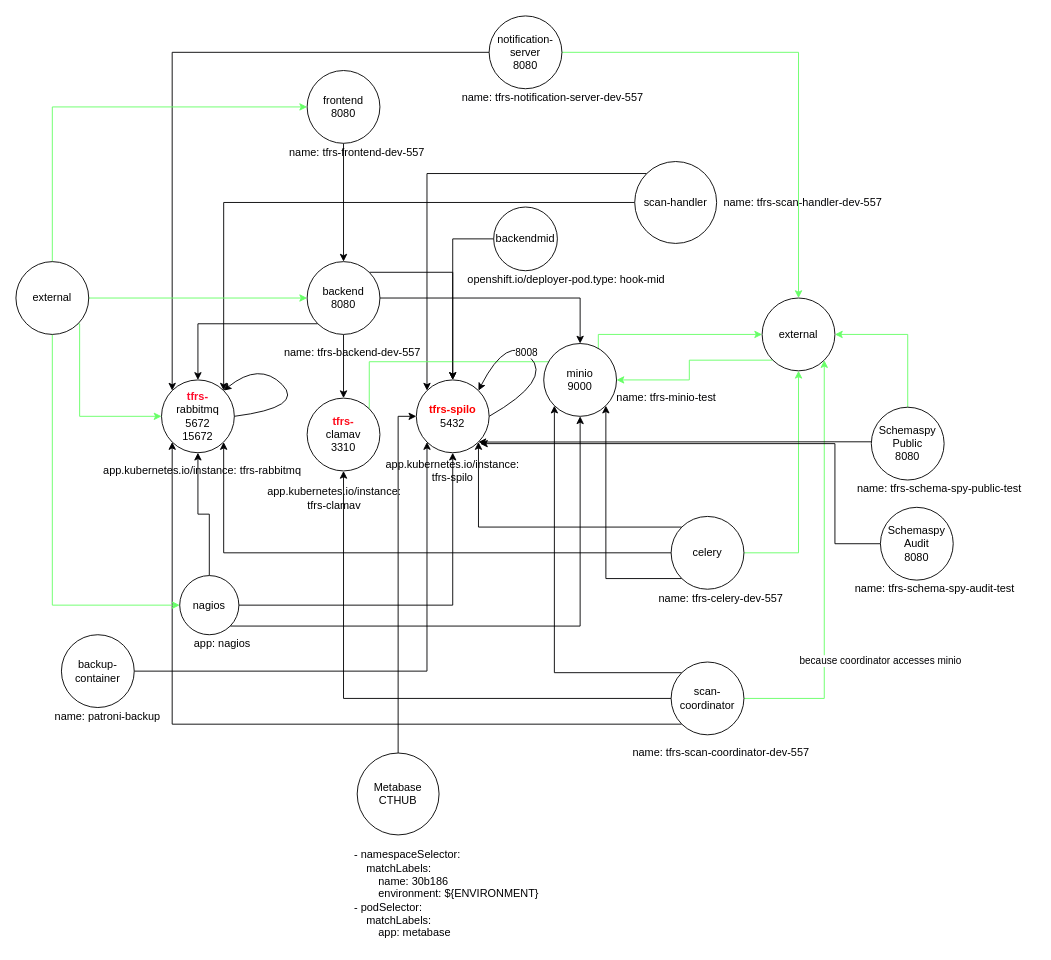
The draw.io diagram openshift-v4/templates/knp/knp-diagram-2.0.0.drawio in bcgov/tfrs, before the edit. Source tidied: cells renumbered, new cells numbered last; positions are measured from the earlier drawing's top-left corner, leaving out a move shared by most shapes. Both pictures are drawn from the tidied source at 91%, with x=0, y=0 at pixel (15, 15).
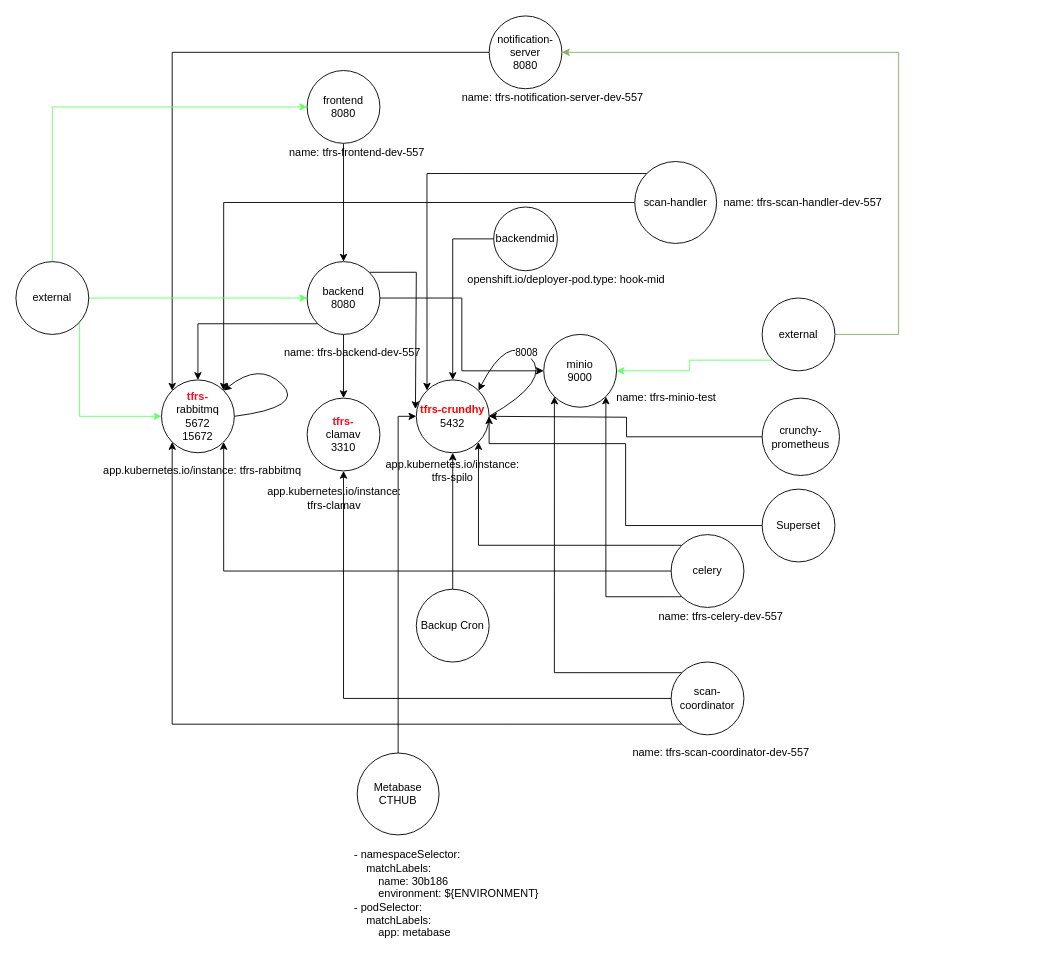
Above is the later version.

Unchanged cells that the change refers to:
```xml
<mxCell id="8" value="backend&lt;br&gt;8080" style="ellipse;whiteSpace=wrap;html=1;" parent="1" vertex="1">
  <mxGeometry x="320" y="270" width="80" height="80" as="geometry" />
</mxCell>
<mxCell id="11" value="notification-server&lt;br&gt;8080" style="ellipse;whiteSpace=wrap;html=1;" parent="1" vertex="1">
  <mxGeometry x="520" width="80" height="80" as="geometry" />
</mxCell>
<mxCell id="21" value="scan-coordinator" style="ellipse;whiteSpace=wrap;html=1;" parent="1" vertex="1">
  <mxGeometry x="720" y="710" width="80" height="80" as="geometry" />
</mxCell>
<mxCell id="26" value="&lt;font color=&quot;#ff0d2d&quot;&gt;&lt;b&gt;tfrs-&lt;/b&gt;&lt;/font&gt;&lt;br&gt;rabbitmq&lt;br&gt;5672&lt;br&gt;15672" style="ellipse;whiteSpace=wrap;html=1;" parent="1" vertex="1">
  <mxGeometry x="160" y="400" width="80" height="80" as="geometry" />
</mxCell>
<mxCell id="34" value="&lt;b&gt;&lt;font color=&quot;#ff0d1d&quot;&gt;tfrs-&lt;/font&gt;&lt;/b&gt;&lt;br&gt;clamav&lt;br&gt;3310" style="ellipse;whiteSpace=wrap;html=1;" parent="1" vertex="1">
  <mxGeometry x="320" y="420" width="80" height="80" as="geometry" />
</mxCell>
<mxCell id="40" value="external" style="ellipse;whiteSpace=wrap;html=1;" parent="1" vertex="1">
  <mxGeometry y="270" width="80" height="80" as="geometry" />
</mxCell>
<mxCell id="42" value="external" style="ellipse;whiteSpace=wrap;html=1;" parent="1" vertex="1">
  <mxGeometry x="820" y="310" width="80" height="80" as="geometry" />
</mxCell>
```

Diff of the diagram source:
```diff
@@
-    <mxCell id="7" style="edgeStyle=orthogonalEdgeStyle;rounded=0;jettySize=auto;html=1;exitX=1;exitY=0;exitDx=0;exitDy=0;strokeColor=#010103;" parent="1" edge="1" source="8" target="25">
-      <mxGeometry relative="1" as="geometry" />
+    <mxCell id="7" style="edgeStyle=orthogonalEdgeStyle;rounded=0;jettySize=auto;html=1;exitX=1;exitY=0;exitDx=0;exitDy=0;strokeColor=#010103;entryX=-0.012;entryY=0.4;entryDx=0;entryDy=0;entryPerimeter=0;" parent="1" edge="1" source="8" target="25">
+      <mxGeometry relative="1" as="geometry">
+        <Array as="points">
+          <mxPoint x="440" y="282" />
+        </Array>
+      </mxGeometry>
     </mxCell>
@@
-    <mxCell id="10" style="edgeStyle=orthogonalEdgeStyle;rounded=0;jettySize=auto;html=1;strokeColor=#66FF66;" parent="1" edge="1" source="11" target="42">
-      <mxGeometry relative="1" as="geometry" />
-    </mxCell>
@@
-    <mxCell id="15" style="edgeStyle=orthogonalEdgeStyle;rounded=0;jettySize=auto;html=1;entryX=0.5;entryY=1;entryDx=0;entryDy=0;strokeColor=#66FF66;" parent="1" edge="1" source="16" target="42">
-      <mxGeometry relative="1" as="geometry" />
-    </mxCell>
     <mxCell id="16" value="celery" style="ellipse;whiteSpace=wrap;html=1;" parent="1" vertex="1">
-      <mxGeometry x="720" y="550" width="80" height="80" as="geometry" />
+      <mxGeometry x="720" y="570" width="80" height="80" as="geometry" />
     </mxCell>
@@
-    <mxCell id="20" value="because coordinator accesses minio" style="edgeStyle=orthogonalEdgeStyle;rounded=0;jettySize=auto;html=1;entryX=1;entryY=1;entryDx=0;entryDy=0;fontColor=#010103;strokeColor=#66FF66;" parent="1" edge="1" source="21" target="42">
-      <mxGeometry x="-0.44" y="-62" relative="1" as="geometry" />
-    </mxCell>
@@
-    <mxCell id="25" value="&lt;font color=&quot;#ff0000&quot;&gt;&lt;b&gt;tfrs-spilo&lt;/b&gt;&lt;/font&gt;&lt;br&gt;5432&lt;br&gt;" style="ellipse;whiteSpace=wrap;html=1;" parent="1" vertex="1">
+    <mxCell id="25" value="&lt;font color=&quot;#ff0000&quot;&gt;&lt;b&gt;tfrs-crundhy&lt;br&gt;&lt;/b&gt;&lt;/font&gt;5432" style="ellipse;whiteSpace=wrap;html=1;" parent="1" vertex="1">
       <mxGeometry x="440" y="400" width="80" height="80" as="geometry" />
     </mxCell>
@@
-    <mxCell id="27" style="edgeStyle=orthogonalEdgeStyle;rounded=0;jettySize=auto;html=1;entryX=0;entryY=1;entryDx=0;entryDy=0;strokeColor=#010103;" parent="1" edge="1" source="28" target="25">
-      <mxGeometry relative="1" as="geometry" />
-    </mxCell>
-    <mxCell id="28" value="backup-container" style="ellipse;whiteSpace=wrap;html=1;" parent="1" vertex="1">
-      <mxGeometry x="50" y="680" width="80" height="80" as="geometry" />
-    </mxCell>
-    <mxCell id="29" style="edgeStyle=orthogonalEdgeStyle;rounded=0;jettySize=auto;html=1;entryX=0.5;entryY=1;entryDx=0;entryDy=0;strokeColor=#010103;" parent="1" edge="1" source="32" target="26">
-      <mxGeometry relative="1" as="geometry" />
-    </mxCell>
-    <mxCell id="30" style="edgeStyle=orthogonalEdgeStyle;rounded=0;jettySize=auto;html=1;entryX=0.5;entryY=1;entryDx=0;entryDy=0;exitX=1;exitY=1;exitDx=0;exitDy=0;strokeColor=#010103;" parent="1" edge="1" source="32" target="35">
-      <mxGeometry relative="1" as="geometry" />
-    </mxCell>
-    <mxCell id="31" style="edgeStyle=orthogonalEdgeStyle;rounded=0;jettySize=auto;html=1;entryX=0.5;entryY=1;entryDx=0;entryDy=0;strokeColor=#010103;" parent="1" edge="1" source="32" target="25">
-      <mxGeometry relative="1" as="geometry" />
-    </mxCell>
-    <mxCell id="32" value="nagios" style="ellipse;whiteSpace=wrap;html=1;" parent="1" vertex="1">
-      <mxGeometry x="180" y="615" width="65" height="65" as="geometry" />
-    </mxCell>
-    <mxCell id="33" style="edgeStyle=orthogonalEdgeStyle;rounded=0;jettySize=auto;html=1;exitX=1;exitY=0;exitDx=0;exitDy=0;entryX=0;entryY=0.5;entryDx=0;entryDy=0;fontColor=#010103;strokeColor=#66FF66;" parent="1" edge="1" source="34" target="42">
-      <mxGeometry relative="1" as="geometry">
-        <Array as="points">
-          <mxPoint x="388" y="380" />
-          <mxPoint x="640" y="380" />
-          <mxPoint x="640" y="350" />
-        </Array>
-      </mxGeometry>
-    </mxCell>
@@
     <mxCell id="35" value="minio&lt;br&gt;9000" style="ellipse;whiteSpace=wrap;html=1;" parent="1" vertex="1">
-      <mxGeometry x="580" y="360" width="80" height="80" as="geometry" />
+      <mxGeometry x="580" y="350" width="80" height="80" as="geometry" />
     </mxCell>
@@
-    <mxCell id="39" style="edgeStyle=orthogonalEdgeStyle;rounded=0;jettySize=auto;html=1;entryX=0;entryY=0.5;entryDx=0;entryDy=0;exitX=0.5;exitY=1;exitDx=0;exitDy=0;strokeColor=#66FF66;" parent="1" edge="1" source="40" target="32">
-      <mxGeometry relative="1" as="geometry" />
-    </mxCell>
@@
+    <mxCell id="71" style="edgeStyle=orthogonalEdgeStyle;rounded=0;jettySize=auto;html=1;entryX=1;entryY=0.5;entryDx=0;entryDy=0;fillColor=#d5e8d4;strokeColor=#82B366;" parent="1" edge="1" source="42" target="11">
+      <mxGeometry relative="1" as="geometry">
+        <Array as="points">
+          <mxPoint x="970" y="350" />
+          <mxPoint x="970" y="40" />
+        </Array>
+      </mxGeometry>
+    </mxCell>
@@
-    <mxCell id="46" value="app: nagios" style="text;html=1;strokeColor=none;fillColor=none;align=center;verticalAlign=middle;whiteSpace=wrap;rounded=0;" parent="1" vertex="1">
-      <mxGeometry x="192.5" y="680" width="67.5" height="20" as="geometry" />
-    </mxCell>
-    <mxCell id="47" value="name: patroni-backup" style="text;html=1;strokeColor=none;fillColor=none;align=center;verticalAlign=middle;whiteSpace=wrap;rounded=0;" parent="1" vertex="1">
-      <mxGeometry x="36" y="760" width="130" height="20" as="geometry" />
-    </mxCell>
@@
     <mxCell id="50" value="name: tfrs-celery-dev-557" style="text;html=1;strokeColor=none;fillColor=none;align=center;verticalAlign=middle;whiteSpace=wrap;rounded=0;" parent="1" vertex="1">
-      <mxGeometry x="700" y="630" width="150" height="20" as="geometry" />
+      <mxGeometry x="700" y="650" width="150" height="20" as="geometry" />
     </mxCell>
@@
-    <mxCell id="58" style="edgeStyle=orthogonalEdgeStyle;rounded=0;jettySize=auto;html=1;entryX=1;entryY=1;entryDx=0;entryDy=0;" parent="1" edge="1" source="60" target="25">
-      <mxGeometry relative="1" as="geometry">
-        <Array as="points">
-          <mxPoint x="900" y="468" />
-          <mxPoint x="900" y="468" />
-        </Array>
-      </mxGeometry>
-    </mxCell>
-    <mxCell id="59" style="edgeStyle=orthogonalEdgeStyle;rounded=0;jettySize=auto;html=1;entryX=1;entryY=0.5;entryDx=0;entryDy=0;exitX=0.5;exitY=0;exitDx=0;exitDy=0;strokeColor=#66FF66;" parent="1" edge="1" source="60" target="42">
-      <mxGeometry relative="1" as="geometry" />
-    </mxCell>
-    <mxCell id="60" value="Schemaspy Public&lt;br&gt;8080" style="ellipse;whiteSpace=wrap;html=1;" parent="1" vertex="1">
-      <mxGeometry x="940" y="430" width="80" height="80" as="geometry" />
-    </mxCell>
-    <mxCell id="61" value="name: tfrs-schema-spy-public-test" style="text;html=1;strokeColor=none;fillColor=none;align=center;verticalAlign=middle;whiteSpace=wrap;rounded=0;" parent="1" vertex="1">
-      <mxGeometry x="910" y="510" width="210" height="20" as="geometry" />
-    </mxCell>
-    <mxCell id="62" style="edgeStyle=orthogonalEdgeStyle;rounded=0;jettySize=auto;html=1;strokeColor=#010103;" parent="1" edge="1" source="63">
-      <mxGeometry relative="1" as="geometry">
-        <mxPoint x="510" y="470" as="targetPoint" />
-        <Array as="points">
-          <mxPoint x="900" y="580" />
-          <mxPoint x="900" y="470" />
-        </Array>
-      </mxGeometry>
-    </mxCell>
-    <mxCell id="63" value="Schemaspy Audit&lt;br&gt;8080" style="ellipse;whiteSpace=wrap;html=1;" parent="1" vertex="1">
-      <mxGeometry x="950" y="540" width="80" height="80" as="geometry" />
-    </mxCell>
-    <mxCell id="64" value="name: tfrs-schema-spy-audit-test" style="text;html=1;strokeColor=none;fillColor=none;align=center;verticalAlign=middle;whiteSpace=wrap;rounded=0;" parent="1" vertex="1">
-      <mxGeometry x="900" y="620" width="220" height="20" as="geometry" />
-    </mxCell>
@@
+    <mxCell id="72" style="edgeStyle=orthogonalEdgeStyle;rounded=0;jettySize=auto;html=1;exitX=0;exitY=0.5;exitDx=0;exitDy=0;entryX=1;entryY=0.5;entryDx=0;entryDy=0;" parent="1" edge="1" source="73" target="25">
+      <mxGeometry relative="1" as="geometry">
+        <Array as="points">
+          <mxPoint x="670" y="560" />
+          <mxPoint x="670" y="470" />
+          <mxPoint x="520" y="470" />
+        </Array>
+      </mxGeometry>
+    </mxCell>
+    <mxCell id="73" value="Superset" style="ellipse;whiteSpace=wrap;html=1;" parent="1" vertex="1">
+      <mxGeometry x="820" y="520" width="80" height="80" as="geometry" />
+    </mxCell>
+    <mxCell id="74" style="edgeStyle=orthogonalEdgeStyle;rounded=0;jettySize=auto;html=1;exitX=0;exitY=0.5;exitDx=0;exitDy=0;" parent="1" edge="1" source="75">
+      <mxGeometry relative="1" as="geometry">
+        <mxPoint x="520" y="440" as="targetPoint" />
+        <Array as="points">
+          <mxPoint x="671" y="463" />
+          <mxPoint x="671" y="441" />
+        </Array>
+      </mxGeometry>
+    </mxCell>
+    <mxCell id="75" value="crunchy-prometheus" style="ellipse;whiteSpace=wrap;html=1;" parent="1" vertex="1">
+      <mxGeometry x="820" y="420" width="85" height="85" as="geometry" />
+    </mxCell>
+    <mxCell id="76" style="edgeStyle=orthogonalEdgeStyle;rounded=0;jettySize=auto;html=1;exitX=0.5;exitY=0;exitDx=0;exitDy=0;entryX=0.5;entryY=1;entryDx=0;entryDy=0;" parent="1" edge="1" source="77" target="25">
+      <mxGeometry relative="1" as="geometry" />
+    </mxCell>
+    <mxCell id="77" value="Backup Cron" style="ellipse;whiteSpace=wrap;html=1;" parent="1" vertex="1">
+      <mxGeometry x="440" y="630" width="80" height="80" as="geometry" />
+    </mxCell>
```
